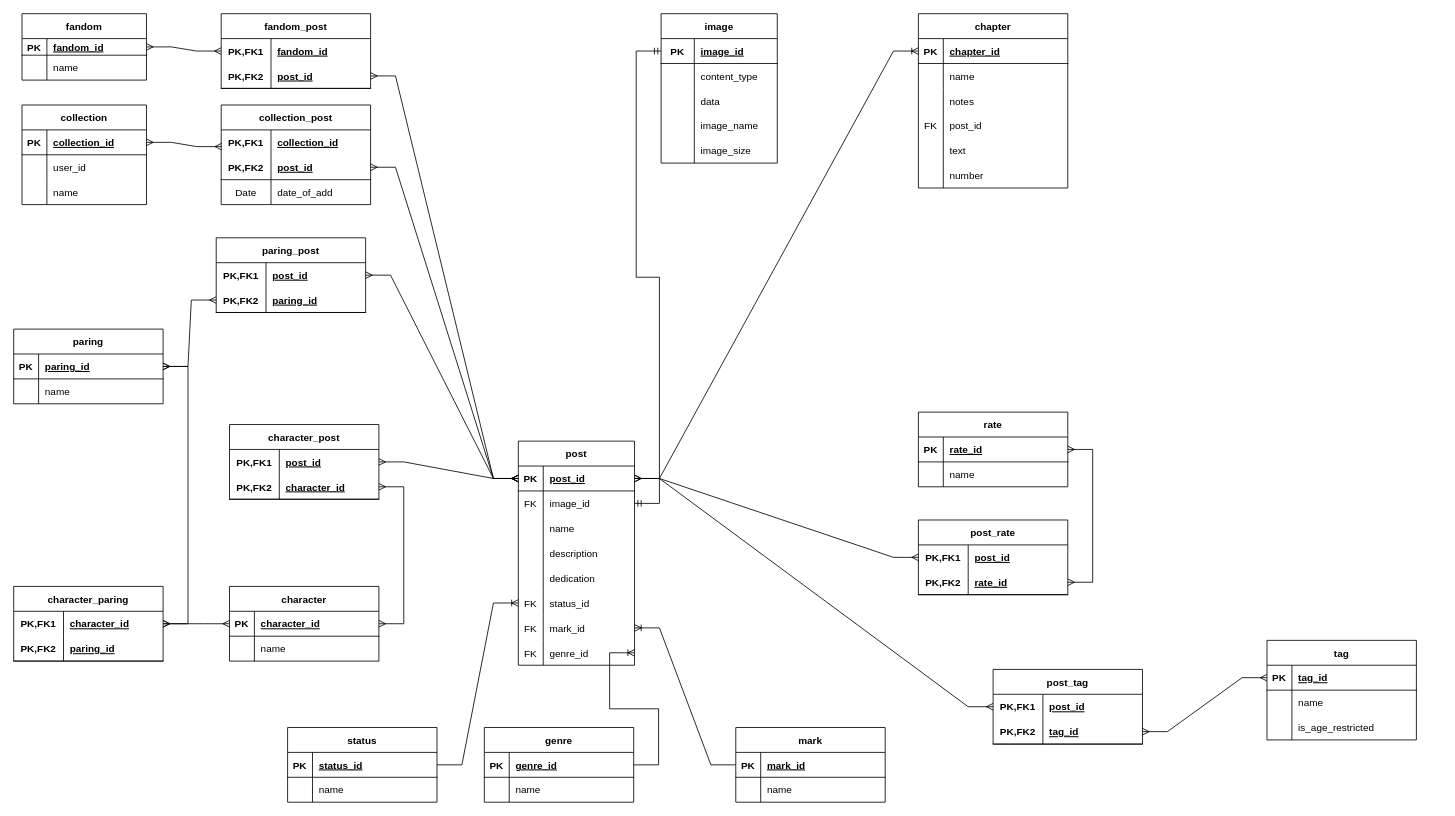
Before: db-diagrams/post/sd-post.drawio in Danis0n/story-drop-backend, a draw.io diagram. Source tidied: cells renumbered, new cells numbered last; positions are measured from the earlier drawing's top-left corner, leaving out a move shared by most shapes. Both pictures are drawn from the tidied source at 83%, with x=0, y=0 at pixel (13, 13).
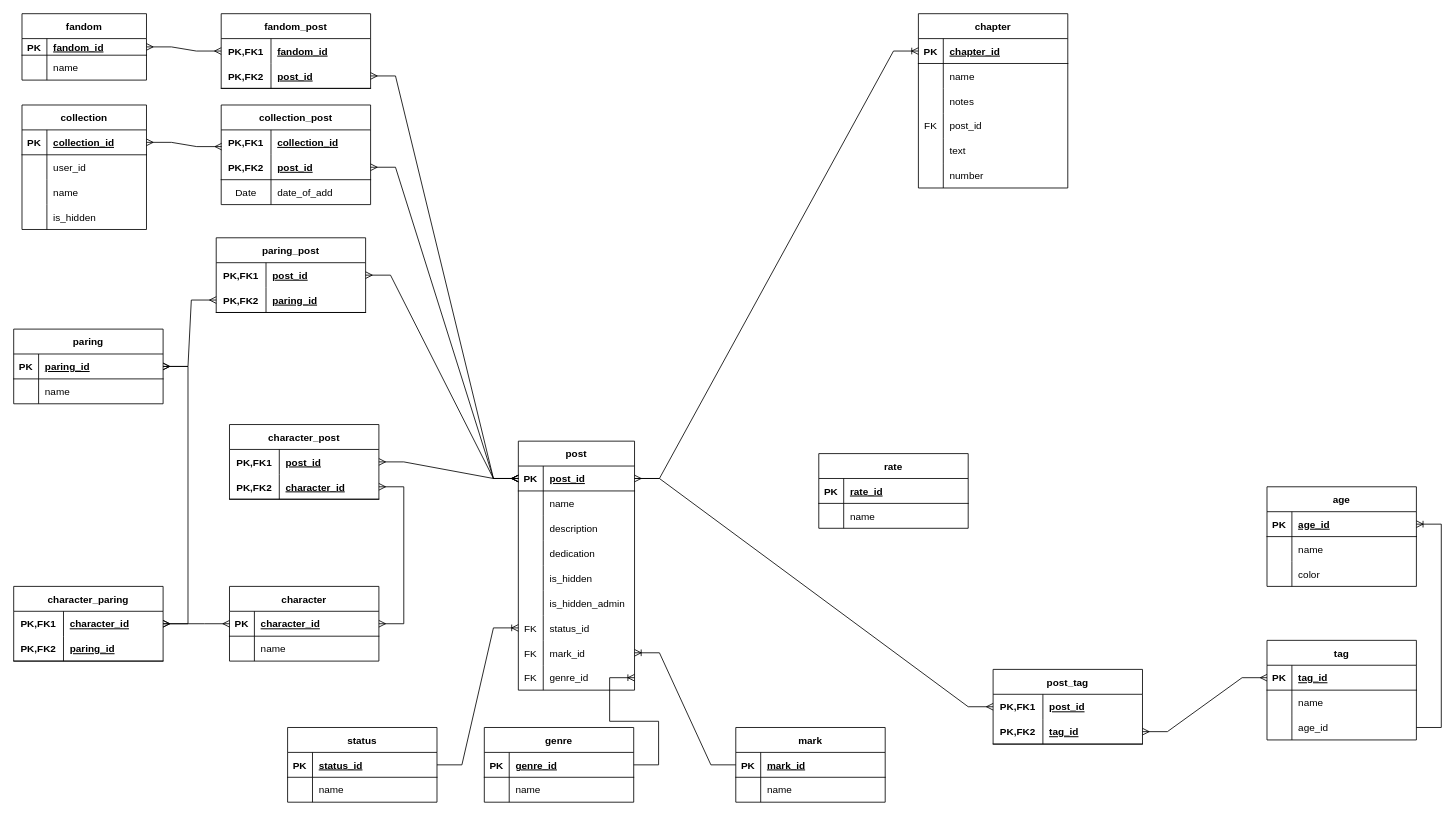
Above is the later version.

Unchanged cells that the change refers to:
```xml
<mxCell id="13" style="shape=tableRow;horizontal=0;startSize=0;swimlaneHead=0;swimlaneBody=0;fillColor=none;points=[[0,0.5],[1,0.5]];portConstraint=eastwest;top=0;left=0;right=0;bottom=1;" parent="12" vertex="1">
  <mxGeometry y="30" width="140" height="30" as="geometry" />
</mxCell>
<mxCell id="130" style="shape=tableRow;horizontal=0;startSize=0;swimlaneHead=0;swimlaneBody=0;fillColor=none;points=[[0,0.5],[1,0.5]];portConstraint=eastwest;top=0;left=0;right=0;bottom=0;" parent="123" vertex="1">
  <mxGeometry y="90" width="180" height="30" as="geometry" />
</mxCell>
<mxCell id="143" style="shape=tableRow;horizontal=0;startSize=0;swimlaneHead=0;swimlaneBody=0;fillColor=none;points=[[0,0.5],[1,0.5]];portConstraint=eastwest;top=0;left=0;right=0;bottom=1;" parent="142" vertex="1">
  <mxGeometry y="30" width="180" height="30" as="geometry" />
</mxCell>
```

The edit, as a diff of the source:
```diff
@@
     <mxCell id="2" value="collection" style="shape=table;startSize=30;childLayout=tableLayout;rowLines=0;fontStyle=1;align=center;" parent="1" vertex="1">
-      <mxGeometry x="10" y="110" width="150" height="120" as="geometry" />
+      <mxGeometry x="10" y="110" width="150" height="150" as="geometry" />
     </mxCell>
@@
+    <mxCell id="202" style="shape=tableRow;horizontal=0;startSize=0;swimlaneHead=0;swimlaneBody=0;fillColor=none;top=0;left=0;right=0;bottom=0;" parent="2" vertex="1">
+      <mxGeometry y="120" width="150" height="30" as="geometry" />
+    </mxCell>
+    <mxCell id="203" style="shape=partialRectangle;fillColor=none;top=0;left=0;bottom=0;right=0;overflow=hidden;" parent="202" vertex="1">
+      <mxGeometry width="30" height="30" as="geometry" />
+    </mxCell>
+    <mxCell id="204" value="is_hidden" style="shape=partialRectangle;fillColor=none;top=0;left=0;bottom=0;right=0;align=left;spacingLeft=6;overflow=hidden;" parent="202" vertex="1">
+      <mxGeometry x="30" width="120" height="30" as="geometry" />
+    </mxCell>
     <mxCell id="12" value="post" style="shape=table;startSize=30;childLayout=tableLayout;rowLines=0;fontStyle=1;align=center;" parent="1" vertex="1">
-      <mxGeometry x="608" y="515" width="140" height="270" as="geometry" />
+      <mxGeometry x="608" y="515" width="140" height="300" as="geometry" />
     </mxCell>
@@
-    <mxCell id="16" style="shape=tableRow;horizontal=0;startSize=0;swimlaneHead=0;swimlaneBody=0;fillColor=none;points=[[0,0.5],[1,0.5]];portConstraint=eastwest;top=0;left=0;right=0;bottom=0;" parent="12" vertex="1">
-      <mxGeometry y="60" width="140" height="30" as="geometry" />
-    </mxCell>
-    <mxCell id="17" value="FK" style="shape=partialRectangle;fillColor=none;top=0;left=0;bottom=0;right=0;overflow=hidden;" parent="16" vertex="1">
-      <mxGeometry width="30" height="30" as="geometry" />
-    </mxCell>
-    <mxCell id="18" value="image_id" style="shape=partialRectangle;fillColor=none;top=0;left=0;bottom=0;right=0;align=left;spacingLeft=6;overflow=hidden;" parent="16" vertex="1">
-      <mxGeometry x="30" width="110" height="30" as="geometry" />
-    </mxCell>
     <mxCell id="19" style="shape=tableRow;horizontal=0;startSize=0;swimlaneHead=0;swimlaneBody=0;fillColor=none;top=0;left=0;right=0;bottom=0;" parent="12" vertex="1">
-      <mxGeometry y="90" width="140" height="30" as="geometry" />
+      <mxGeometry y="60" width="140" height="30" as="geometry" />
     </mxCell>
@@
     <mxCell id="22" style="shape=tableRow;horizontal=0;startSize=0;swimlaneHead=0;swimlaneBody=0;fillColor=none;top=0;left=0;right=0;bottom=0;" parent="12" vertex="1">
-      <mxGeometry y="120" width="140" height="30" as="geometry" />
+      <mxGeometry y="90" width="140" height="30" as="geometry" />
     </mxCell>
@@
     <mxCell id="25" style="shape=tableRow;horizontal=0;startSize=0;swimlaneHead=0;swimlaneBody=0;fillColor=none;top=0;left=0;right=0;bottom=0;" parent="12" vertex="1">
-      <mxGeometry y="150" width="140" height="30" as="geometry" />
+      <mxGeometry y="120" width="140" height="30" as="geometry" />
     </mxCell>
@@
+    <mxCell id="50" style="shape=tableRow;horizontal=0;startSize=0;swimlaneHead=0;swimlaneBody=0;fillColor=none;top=0;left=0;right=0;bottom=0;" parent="12" vertex="1">
+      <mxGeometry y="150" width="140" height="30" as="geometry" />
+    </mxCell>
+    <mxCell id="205" style="shape=partialRectangle;fillColor=none;top=0;left=0;bottom=0;right=0;overflow=hidden;" parent="50" vertex="1">
+      <mxGeometry width="30" height="30" as="geometry" />
+    </mxCell>
+    <mxCell id="206" value="is_hidden" style="shape=partialRectangle;fillColor=none;top=0;left=0;bottom=0;right=0;align=left;spacingLeft=6;overflow=hidden;" parent="50" vertex="1">
+      <mxGeometry x="30" width="110" height="30" as="geometry" />
+    </mxCell>
+    <mxCell id="207" style="shape=tableRow;horizontal=0;startSize=0;swimlaneHead=0;swimlaneBody=0;fillColor=none;top=0;left=0;right=0;bottom=0;" parent="12" vertex="1">
+      <mxGeometry y="180" width="140" height="30" as="geometry" />
+    </mxCell>
+    <mxCell id="208" style="shape=partialRectangle;fillColor=none;top=0;left=0;bottom=0;right=0;overflow=hidden;" parent="207" vertex="1">
+      <mxGeometry width="30" height="30" as="geometry" />
+    </mxCell>
+    <mxCell id="209" value="is_hidden_admin" style="shape=partialRectangle;fillColor=none;top=0;left=0;bottom=0;right=0;align=left;spacingLeft=6;overflow=hidden;" parent="207" vertex="1">
+      <mxGeometry x="30" width="110" height="30" as="geometry" />
+    </mxCell>
     <mxCell id="28" style="shape=tableRow;horizontal=0;startSize=0;swimlaneHead=0;swimlaneBody=0;fillColor=none;points=[[0,0.5],[1,0.5]];portConstraint=eastwest;top=0;left=0;right=0;bottom=0;" parent="12" vertex="1">
-      <mxGeometry y="180" width="140" height="30" as="geometry" />
+      <mxGeometry y="210" width="140" height="30" as="geometry" />
     </mxCell>
@@
     <mxCell id="31" style="shape=tableRow;horizontal=0;startSize=0;swimlaneHead=0;swimlaneBody=0;fillColor=none;points=[[0,0.5],[1,0.5]];portConstraint=eastwest;top=0;left=0;right=0;bottom=0;" parent="12" vertex="1">
-      <mxGeometry y="210" width="140" height="30" as="geometry" />
+      <mxGeometry y="240" width="140" height="30" as="geometry" />
     </mxCell>
@@
     <mxCell id="34" style="shape=tableRow;horizontal=0;startSize=0;swimlaneHead=0;swimlaneBody=0;fillColor=none;points=[[0,0.5],[1,0.5]];portConstraint=eastwest;top=0;left=0;right=0;bottom=0;" parent="12" vertex="1">
-      <mxGeometry y="240" width="140" height="30" as="geometry" />
+      <mxGeometry y="270" width="140" height="30" as="geometry" />
     </mxCell>
@@
-    <mxCell id="37" value="image" style="shape=table;startSize=30;childLayout=tableLayout;rowLines=0;fontStyle=1;align=center;" parent="1" vertex="1">
-      <mxGeometry x="780" width="140" height="180" as="geometry" />
-    </mxCell>
-    <mxCell id="38" style="shape=tableRow;horizontal=0;startSize=0;swimlaneHead=0;swimlaneBody=0;fillColor=none;points=[[0,0.5],[1,0.5]];portConstraint=eastwest;top=0;left=0;right=0;bottom=1;" parent="37" vertex="1">
-      <mxGeometry y="30" width="140" height="30" as="geometry" />
-    </mxCell>
-    <mxCell id="39" value="PK" style="shape=partialRectangle;fillColor=none;top=0;left=0;bottom=0;right=0;fontStyle=1;overflow=hidden;" parent="38" vertex="1">
-      <mxGeometry width="40" height="30" as="geometry" />
-    </mxCell>
-    <mxCell id="40" value="image_id" style="shape=partialRectangle;fillColor=none;top=0;left=0;bottom=0;right=0;align=left;spacingLeft=6;fontStyle=5;overflow=hidden;" parent="38" vertex="1">
-      <mxGeometry x="40" width="100" height="30" as="geometry" />
-    </mxCell>
-    <mxCell id="41" style="shape=tableRow;horizontal=0;startSize=0;swimlaneHead=0;swimlaneBody=0;fillColor=none;top=0;left=0;right=0;bottom=0;" parent="37" vertex="1">
-      <mxGeometry y="60" width="140" height="30" as="geometry" />
-    </mxCell>
-    <mxCell id="42" style="shape=partialRectangle;fillColor=none;top=0;left=0;bottom=0;right=0;overflow=hidden;" parent="41" vertex="1">
-      <mxGeometry width="40" height="30" as="geometry" />
-    </mxCell>
-    <mxCell id="43" value="content_type" style="shape=partialRectangle;fillColor=none;top=0;left=0;bottom=0;right=0;align=left;spacingLeft=6;overflow=hidden;" parent="41" vertex="1">
-      <mxGeometry x="40" width="100" height="30" as="geometry" />
-    </mxCell>
-    <mxCell id="44" style="shape=tableRow;horizontal=0;startSize=0;swimlaneHead=0;swimlaneBody=0;fillColor=none;top=0;left=0;right=0;bottom=0;" parent="37" vertex="1">
-      <mxGeometry y="90" width="140" height="30" as="geometry" />
-    </mxCell>
-    <mxCell id="45" style="shape=partialRectangle;fillColor=none;top=0;left=0;bottom=0;right=0;overflow=hidden;" parent="44" vertex="1">
-      <mxGeometry width="40" height="30" as="geometry" />
-    </mxCell>
-    <mxCell id="46" value="data" style="shape=partialRectangle;fillColor=none;top=0;left=0;bottom=0;right=0;align=left;spacingLeft=6;overflow=hidden;" parent="44" vertex="1">
-      <mxGeometry x="40" width="100" height="30" as="geometry" />
-    </mxCell>
-    <mxCell id="47" style="shape=tableRow;horizontal=0;startSize=0;swimlaneHead=0;swimlaneBody=0;fillColor=none;top=0;left=0;right=0;bottom=0;" parent="37" vertex="1">
-      <mxGeometry y="120" width="140" height="30" as="geometry" />
-    </mxCell>
-    <mxCell id="48" style="shape=partialRectangle;fillColor=none;top=0;left=0;bottom=0;right=0;overflow=hidden;" parent="47" vertex="1">
-      <mxGeometry width="40" height="30" as="geometry" />
-    </mxCell>
-    <mxCell id="49" value="image_name" style="shape=partialRectangle;fillColor=none;top=0;left=0;bottom=0;right=0;align=left;spacingLeft=6;overflow=hidden;" parent="47" vertex="1">
-      <mxGeometry x="40" width="100" height="30" as="geometry" />
-    </mxCell>
-    <mxCell id="50" style="shape=tableRow;horizontal=0;startSize=0;swimlaneHead=0;swimlaneBody=0;fillColor=none;top=0;left=0;right=0;bottom=0;" parent="37" vertex="1">
-      <mxGeometry y="150" width="140" height="30" as="geometry" />
-    </mxCell>
-    <mxCell id="51" style="shape=partialRectangle;fillColor=none;top=0;left=0;bottom=0;right=0;overflow=hidden;" parent="50" vertex="1">
-      <mxGeometry width="40" height="30" as="geometry" />
-    </mxCell>
-    <mxCell id="52" value="image_size" style="shape=partialRectangle;fillColor=none;top=0;left=0;bottom=0;right=0;align=left;spacingLeft=6;overflow=hidden;" parent="50" vertex="1">
-      <mxGeometry x="40" width="100" height="30" as="geometry" />
-    </mxCell>
-    <mxCell id="53" style="edgeStyle=entityRelationEdgeStyle;fontSize=12;html=1;endArrow=ERmandOne;startArrow=ERmandOne;rounded=0;entryX=1;entryY=0.5;entryDx=0;entryDy=0;exitX=0;exitY=0.5;exitDx=0;exitDy=0;" parent="1" edge="1" source="38" target="16">
-      <mxGeometry relative="1" as="geometry" />
-    </mxCell>
@@
-    <mxCell id="132" value="is_age_restricted" style="shape=partialRectangle;fillColor=none;top=0;left=0;bottom=0;right=0;align=left;spacingLeft=6;overflow=hidden;" parent="130" vertex="1">
+    <mxCell id="132" value="age_id" style="shape=partialRectangle;fillColor=none;top=0;left=0;bottom=0;right=0;align=left;spacingLeft=6;overflow=hidden;" parent="130" vertex="1">
       <mxGeometry x="30" width="150" height="30" as="geometry" />
     </mxCell>
@@
     <mxCell id="142" value="rate" style="shape=table;startSize=30;childLayout=tableLayout;rowLines=0;fontStyle=1;align=center;" parent="1" vertex="1">
-      <mxGeometry x="1090" y="480" width="180" height="90" as="geometry" />
+      <mxGeometry x="970" y="530" width="180" height="90" as="geometry" />
     </mxCell>
@@
-    <mxCell id="149" value="post_rate" style="shape=table;startSize=30;childLayout=tableLayout;rowLines=0;fontStyle=1;align=center;" parent="1" vertex="1">
-      <mxGeometry x="1090" y="610" width="180" height="90" as="geometry" />
-    </mxCell>
-    <mxCell id="150" style="shape=tableRow;horizontal=0;startSize=0;swimlaneHead=0;swimlaneBody=0;fillColor=none;points=[[0,0.5],[1,0.5]];portConstraint=eastwest;top=0;left=0;right=0;bottom=0;" parent="149" vertex="1">
-      <mxGeometry y="30" width="180" height="30" as="geometry" />
-    </mxCell>
-    <mxCell id="151" value="PK,FK1" style="shape=partialRectangle;fillColor=none;top=0;left=0;bottom=0;right=0;fontStyle=1;overflow=hidden;" parent="150" vertex="1">
-      <mxGeometry width="60" height="30" as="geometry" />
-    </mxCell>
-    <mxCell id="152" value="post_id" style="shape=partialRectangle;fillColor=none;top=0;left=0;bottom=0;right=0;align=left;spacingLeft=6;fontStyle=5;overflow=hidden;" parent="150" vertex="1">
-      <mxGeometry x="60" width="120" height="30" as="geometry" />
-    </mxCell>
-    <mxCell id="153" style="shape=tableRow;horizontal=0;startSize=0;swimlaneHead=0;swimlaneBody=0;fillColor=none;points=[[0,0.5],[1,0.5]];portConstraint=eastwest;top=0;left=0;right=0;bottom=1;" parent="149" vertex="1">
-      <mxGeometry y="60" width="180" height="30" as="geometry" />
-    </mxCell>
-    <mxCell id="154" value="PK,FK2" style="shape=partialRectangle;fillColor=none;top=0;left=0;bottom=0;right=0;fontStyle=1;overflow=hidden;" parent="153" vertex="1">
-      <mxGeometry width="60" height="30" as="geometry" />
-    </mxCell>
-    <mxCell id="155" value="rate_id" style="shape=partialRectangle;fillColor=none;top=0;left=0;bottom=0;right=0;align=left;spacingLeft=6;fontStyle=5;overflow=hidden;" parent="153" vertex="1">
-      <mxGeometry x="60" width="120" height="30" as="geometry" />
-    </mxCell>
-    <mxCell id="156" style="edgeStyle=entityRelationEdgeStyle;fontSize=12;html=1;endArrow=ERmany;startArrow=ERmany;rounded=0;entryX=0;entryY=0.5;entryDx=0;entryDy=0;exitX=1;exitY=0.5;exitDx=0;exitDy=0;" parent="1" edge="1" source="13" target="150">
-      <mxGeometry relative="1" as="geometry" />
-    </mxCell>
-    <mxCell id="157" style="edgeStyle=entityRelationEdgeStyle;fontSize=12;html=1;endArrow=ERmany;startArrow=ERmany;rounded=0;entryX=1;entryY=0.5;entryDx=0;entryDy=0;exitX=1;exitY=0.5;exitDx=0;exitDy=0;" parent="1" edge="1" source="143" target="153">
-      <mxGeometry x="0.76" y="70" relative="1" as="geometry" />
-    </mxCell>
@@
+    <mxCell id="210" value="age" style="shape=table;startSize=30;childLayout=tableLayout;rowLines=0;fontStyle=1;align=center;" parent="1" vertex="1">
+      <mxGeometry x="1510" y="570" width="180" height="120" as="geometry" />
+    </mxCell>
+    <mxCell id="211" style="shape=tableRow;horizontal=0;startSize=0;swimlaneHead=0;swimlaneBody=0;fillColor=none;points=[[0,0.5],[1,0.5]];portConstraint=eastwest;top=0;left=0;right=0;bottom=1;" parent="210" vertex="1">
+      <mxGeometry y="30" width="180" height="30" as="geometry" />
+    </mxCell>
+    <mxCell id="39" value="PK" style="shape=partialRectangle;fillColor=none;top=0;left=0;bottom=0;right=0;fontStyle=1;overflow=hidden;" parent="211" vertex="1">
+      <mxGeometry width="30" height="30" as="geometry" />
+    </mxCell>
+    <mxCell id="212" value="age_id" style="shape=partialRectangle;fillColor=none;top=0;left=0;bottom=0;right=0;align=left;spacingLeft=6;fontStyle=5;overflow=hidden;" parent="211" vertex="1">
+      <mxGeometry x="30" width="150" height="30" as="geometry" />
+    </mxCell>
+    <mxCell id="213" style="shape=tableRow;horizontal=0;startSize=0;swimlaneHead=0;swimlaneBody=0;fillColor=none;top=0;left=0;right=0;bottom=0;" parent="210" vertex="1">
+      <mxGeometry y="60" width="180" height="30" as="geometry" />
+    </mxCell>
+    <mxCell id="214" style="shape=partialRectangle;fillColor=none;top=0;left=0;bottom=0;right=0;overflow=hidden;" parent="213" vertex="1">
+      <mxGeometry width="30" height="30" as="geometry" />
+    </mxCell>
+    <mxCell id="215" value="name" style="shape=partialRectangle;fillColor=none;top=0;left=0;bottom=0;right=0;align=left;spacingLeft=6;overflow=hidden;" parent="213" vertex="1">
+      <mxGeometry x="30" width="150" height="30" as="geometry" />
+    </mxCell>
+    <mxCell id="216" style="shape=tableRow;horizontal=0;startSize=0;swimlaneHead=0;swimlaneBody=0;fillColor=none;top=0;left=0;right=0;bottom=0;" parent="210" vertex="1">
+      <mxGeometry y="90" width="180" height="30" as="geometry" />
+    </mxCell>
+    <mxCell id="217" style="shape=partialRectangle;fillColor=none;top=0;left=0;bottom=0;right=0;overflow=hidden;" parent="216" vertex="1">
+      <mxGeometry width="30" height="30" as="geometry" />
+    </mxCell>
+    <mxCell id="218" value="color" style="shape=partialRectangle;fillColor=none;top=0;left=0;bottom=0;right=0;align=left;spacingLeft=6;overflow=hidden;" parent="216" vertex="1">
+      <mxGeometry x="30" width="150" height="30" as="geometry" />
+    </mxCell>
+    <mxCell id="219" style="edgeStyle=entityRelationEdgeStyle;fontSize=12;html=1;endArrow=ERoneToMany;rounded=0;entryX=1;entryY=0.5;entryDx=0;entryDy=0;exitX=1;exitY=0.5;exitDx=0;exitDy=0;" parent="1" edge="1" source="130" target="211">
+      <mxGeometry relative="1" as="geometry" />
+    </mxCell>
```
